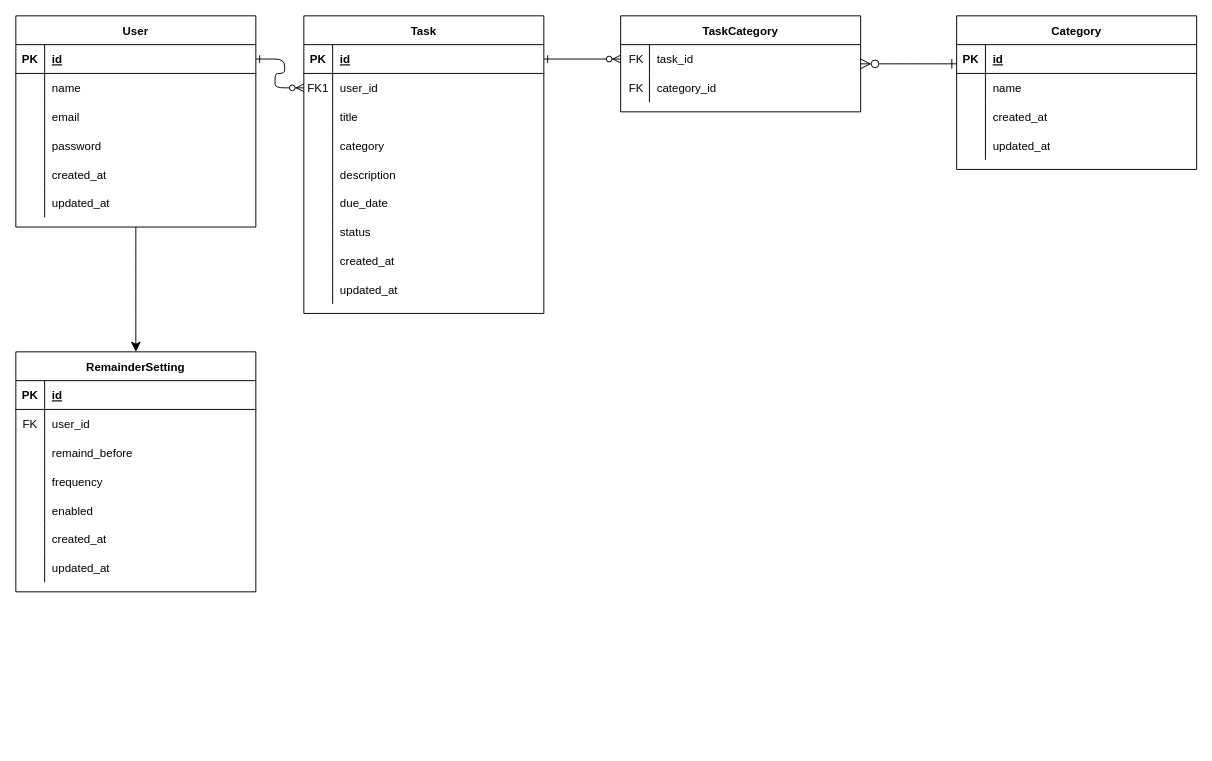
This is 名称未設定ファイル.drawio from Hauru427/rails-vocabulary-trainer, a draw.io file, before an edit. Source tidied: cells renumbered, new cells numbered last; positions are measured from the earlier drawing's top-left corner, leaving out a move shared by most shapes. Both pictures are drawn from the tidied source at 96%, with x=0, y=0 at pixel (15, 15).
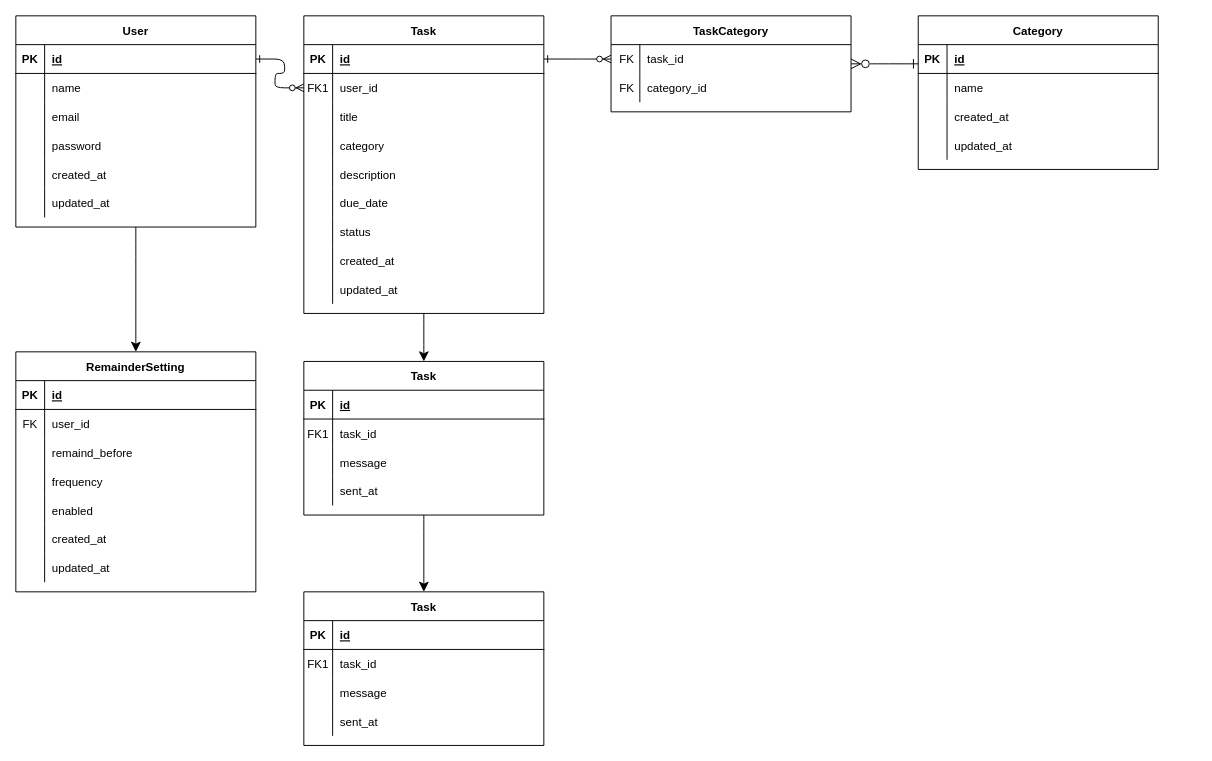
The same diagram, later.

Commit message (it also covers changes not shown here):
名称未設定ファイル.drawio を更新します

Unchanged cells that the change refers to:
```xml
<mxCell id="4" value="Task" style="shape=table;startSize=30;childLayout=tableLayout;rowLines=0;fontStyle=1;align=center;" parent="1" vertex="1">
  <mxGeometry x="300" width="250" height="310" as="geometry" />
</mxCell>
```

What changed in the source:
```diff
@@
+    <mxCell id="95" style="edgeStyle=none;curved=1;rounded=0;jettySize=auto;html=1;fontSize=12;startSize=8;endSize=8;" parent="1" edge="1" source="4" target="97">
+      <mxGeometry relative="1" as="geometry" />
+    </mxCell>
@@
     <mxCell id="33" value="TaskCategory" style="shape=table;startSize=30;childLayout=tableLayout;rowLines=0;fontStyle=1;align=center;" parent="1" vertex="1">
-      <mxGeometry x="630" width="250" height="100" as="geometry" />
+      <mxGeometry x="620" width="250" height="100" as="geometry" />
     </mxCell>
@@
     <mxCell id="60" value="Category" style="shape=table;startSize=30;childLayout=tableLayout;rowLines=0;fontStyle=1;align=center;" parent="1" vertex="1">
-      <mxGeometry x="980" width="250" height="160" as="geometry" />
+      <mxGeometry x="940" width="250" height="160" as="geometry" />
     </mxCell>
@@
+    <mxCell id="96" style="edgeStyle=none;curved=1;rounded=0;jettySize=auto;html=1;fontSize=12;startSize=8;endSize=8;" parent="1" edge="1" source="97" target="110">
+      <mxGeometry relative="1" as="geometry" />
+    </mxCell>
+    <mxCell id="97" value="Task" style="shape=table;startSize=30;childLayout=tableLayout;rowLines=0;fontStyle=1;align=center;" parent="1" vertex="1">
+      <mxGeometry x="300" y="360" width="250" height="160" as="geometry" />
+    </mxCell>
+    <mxCell id="98" style="shape=partialRectangle;fillColor=none;top=0;left=0;right=0;bottom=1;" parent="97" vertex="1">
+      <mxGeometry y="30" width="250" height="30" as="geometry" />
+    </mxCell>
+    <mxCell id="99" value="PK" style="shape=partialRectangle;overflow=hidden;fillColor=none;top=0;left=0;bottom=0;right=0;fontStyle=1;" parent="98" vertex="1">
+      <mxGeometry width="30" height="30" as="geometry" />
+    </mxCell>
+    <mxCell id="100" value="id" style="shape=partialRectangle;overflow=hidden;fillColor=none;top=0;left=0;bottom=0;right=0;align=left;spacingLeft=6;fontStyle=5;" parent="98" vertex="1">
+      <mxGeometry x="30" width="220" height="30" as="geometry" />
+    </mxCell>
+    <mxCell id="101" style="shape=partialRectangle;fillColor=none;top=0;left=0;right=0;bottom=0;" parent="97" vertex="1">
+      <mxGeometry y="60" width="250" height="30" as="geometry" />
+    </mxCell>
+    <mxCell id="102" value="FK1" style="shape=partialRectangle;overflow=hidden;fillColor=none;top=0;left=0;bottom=0;right=0;" parent="101" vertex="1">
+      <mxGeometry width="30" height="30" as="geometry" />
+    </mxCell>
+    <mxCell id="103" value="task_id" style="shape=partialRectangle;overflow=hidden;fillColor=none;top=0;left=0;bottom=0;right=0;align=left;spacingLeft=6;" parent="101" vertex="1">
+      <mxGeometry x="30" width="220" height="30" as="geometry" />
+    </mxCell>
+    <mxCell id="104" style="shape=partialRectangle;fillColor=none;top=0;left=0;right=0;bottom=0;" parent="97" vertex="1">
+      <mxGeometry y="90" width="250" height="30" as="geometry" />
+    </mxCell>
+    <mxCell id="105" style="shape=partialRectangle;overflow=hidden;fillColor=none;top=0;left=0;bottom=0;right=0;" parent="104" vertex="1">
+      <mxGeometry width="30" height="30" as="geometry" />
+    </mxCell>
+    <mxCell id="106" value="message" style="shape=partialRectangle;overflow=hidden;fillColor=none;top=0;left=0;bottom=0;right=0;align=left;spacingLeft=6;" parent="104" vertex="1">
+      <mxGeometry x="30" width="220" height="30" as="geometry" />
+    </mxCell>
+    <mxCell id="107" style="shape=partialRectangle;fillColor=none;top=0;left=0;right=0;bottom=0;" parent="97" vertex="1">
+      <mxGeometry y="120" width="250" height="30" as="geometry" />
+    </mxCell>
+    <mxCell id="108" style="shape=partialRectangle;overflow=hidden;fillColor=none;top=0;left=0;bottom=0;right=0;" parent="107" vertex="1">
+      <mxGeometry width="30" height="30" as="geometry" />
+    </mxCell>
+    <mxCell id="109" value="sent_at" style="shape=partialRectangle;overflow=hidden;fillColor=none;top=0;left=0;bottom=0;right=0;align=left;spacingLeft=6;" parent="107" vertex="1">
+      <mxGeometry x="30" width="220" height="30" as="geometry" />
+    </mxCell>
+    <mxCell id="110" value="Task" style="shape=table;startSize=30;childLayout=tableLayout;rowLines=0;fontStyle=1;align=center;" parent="1" vertex="1">
+      <mxGeometry x="300" y="600" width="250" height="160" as="geometry" />
+    </mxCell>
+    <mxCell id="111" style="shape=partialRectangle;fillColor=none;top=0;left=0;right=0;bottom=1;" parent="110" vertex="1">
+      <mxGeometry y="30" width="250" height="30" as="geometry" />
+    </mxCell>
+    <mxCell id="112" value="PK" style="shape=partialRectangle;overflow=hidden;fillColor=none;top=0;left=0;bottom=0;right=0;fontStyle=1;" parent="111" vertex="1">
+      <mxGeometry width="30" height="30" as="geometry" />
+    </mxCell>
+    <mxCell id="113" value="id" style="shape=partialRectangle;overflow=hidden;fillColor=none;top=0;left=0;bottom=0;right=0;align=left;spacingLeft=6;fontStyle=5;" parent="111" vertex="1">
+      <mxGeometry x="30" width="220" height="30" as="geometry" />
+    </mxCell>
+    <mxCell id="114" style="shape=partialRectangle;fillColor=none;top=0;left=0;right=0;bottom=0;" parent="110" vertex="1">
+      <mxGeometry y="60" width="250" height="30" as="geometry" />
+    </mxCell>
+    <mxCell id="115" value="FK1" style="shape=partialRectangle;overflow=hidden;fillColor=none;top=0;left=0;bottom=0;right=0;" parent="114" vertex="1">
+      <mxGeometry width="30" height="30" as="geometry" />
+    </mxCell>
+    <mxCell id="116" value="task_id" style="shape=partialRectangle;overflow=hidden;fillColor=none;top=0;left=0;bottom=0;right=0;align=left;spacingLeft=6;" parent="114" vertex="1">
+      <mxGeometry x="30" width="220" height="30" as="geometry" />
+    </mxCell>
+    <mxCell id="117" style="shape=partialRectangle;fillColor=none;top=0;left=0;right=0;bottom=0;" parent="110" vertex="1">
+      <mxGeometry y="90" width="250" height="30" as="geometry" />
+    </mxCell>
+    <mxCell id="118" style="shape=partialRectangle;overflow=hidden;fillColor=none;top=0;left=0;bottom=0;right=0;" parent="117" vertex="1">
+      <mxGeometry width="30" height="30" as="geometry" />
+    </mxCell>
+    <mxCell id="119" value="message" style="shape=partialRectangle;overflow=hidden;fillColor=none;top=0;left=0;bottom=0;right=0;align=left;spacingLeft=6;" parent="117" vertex="1">
+      <mxGeometry x="30" width="220" height="30" as="geometry" />
+    </mxCell>
+    <mxCell id="120" style="shape=partialRectangle;fillColor=none;top=0;left=0;right=0;bottom=0;" parent="110" vertex="1">
+      <mxGeometry y="120" width="250" height="30" as="geometry" />
+    </mxCell>
+    <mxCell id="121" style="shape=partialRectangle;overflow=hidden;fillColor=none;top=0;left=0;bottom=0;right=0;" parent="120" vertex="1">
+      <mxGeometry width="30" height="30" as="geometry" />
+    </mxCell>
+    <mxCell id="122" value="sent_at" style="shape=partialRectangle;overflow=hidden;fillColor=none;top=0;left=0;bottom=0;right=0;align=left;spacingLeft=6;" parent="120" vertex="1">
+      <mxGeometry x="30" width="220" height="30" as="geometry" />
+    </mxCell>
```
